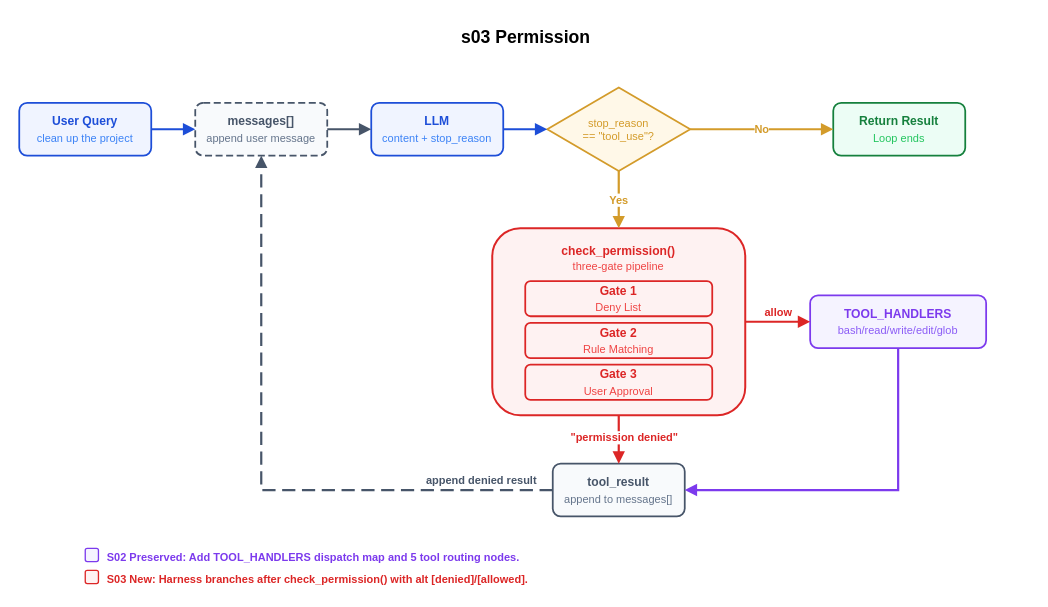
Above: personal/10-Projects/learn-claude-code/diagrams/s03_Permission.drawio in wanghaven/note (draw.io), before the change. Source tidied: cells renumbered, new cells numbered last; positions are measured from the earlier drawing's top-left corner, leaving out a move shared by most shapes. Both pictures are drawn from the tidied source at 110%, with x=0, y=0 at pixel (19, 19).
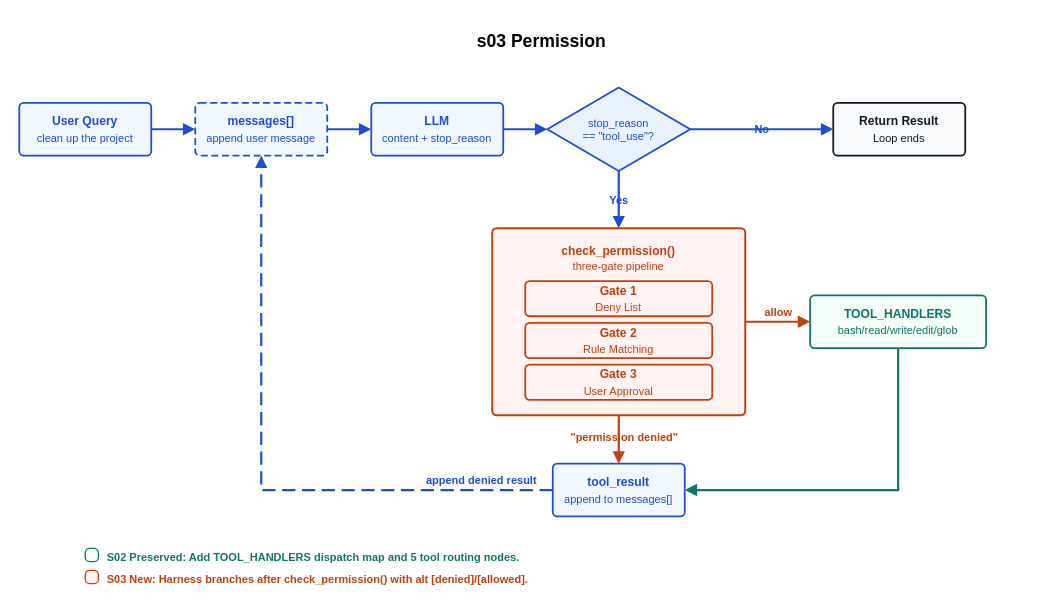
The same page after the edit.

The edit, as a diff of the source:
```diff
@@
-    <mxCell id="2" value="&lt;font style=&quot;color: #1d4ed8; font-size: 11px; font-weight: bold; font-family: Helvetica;&quot;&gt;User Query&lt;/font&gt;&lt;br&gt;&lt;font style=&quot;color: #3b82f6; font-size: 10px; font-weight: normal; font-family: Helvetica;&quot;&gt;clean up the project&lt;/font&gt;" style="rounded=1;whiteSpace=wrap;html=1;align=center;verticalAlign=middle;fillColor=#f0f4ff;strokeColor=#1d4ed8;strokeWidth=1.6;fontColor=#1e3a5f;fontSize=12;fontStyle=1;fontFamily=Helvetica;" parent="1" vertex="1">
+    <mxCell id="2" value="&lt;font style=&quot;ed8; font-size: 11px; font-weight: bold; font-family: Helvetica;&quot;&gt;User Query&lt;/font&gt;&lt;br&gt;&lt;font style=&quot;2f6; font-size: 10px; font-weight: normal; font-family: Helvetica;&quot;&gt;clean up the project&lt;/font&gt;" style="rounded=1;whiteSpace=wrap;html=1;align=center;verticalAlign=middle;fillColor=#f1f7ff;strokeColor=#1d4ed8;strokeWidth=1.6;fontColor=#1d4ed8;fontSize=12;fontStyle=1;fontFamily=Helvetica;absoluteArcSize=1;arcSize=8;labelBackgroundColor=none;" parent="1" vertex="1">
       <mxGeometry y="76" width="120" height="48" as="geometry" />
     </mxCell>
-    <mxCell id="3" value="&lt;font style=&quot;color: #475569; font-size: 11px; font-weight: bold; font-family: Helvetica;&quot;&gt;messages[]&lt;/font&gt;&lt;br&gt;&lt;font style=&quot;color: #64748b; font-size: 10px; font-weight: normal; font-family: Helvetica;&quot;&gt;append user message&lt;/font&gt;" style="rounded=1;whiteSpace=wrap;html=1;align=center;verticalAlign=middle;fillColor=#f8fafc;strokeColor=#475569;strokeWidth=1.6;fontColor=#0f172a;fontSize=12;fontStyle=0;dashed=1;dashPattern=4 2;fontFamily=Helvetica;" parent="1" vertex="1">
+    <mxCell id="3" value="&lt;font style=&quot;font-size: 11px; font-weight: bold; font-family: Helvetica;&quot;&gt;messages[]&lt;/font&gt;&lt;br&gt;&lt;font style=&quot;48b; font-size: 10px; font-weight: normal; font-family: Helvetica;&quot;&gt;append user message&lt;/font&gt;" style="rounded=1;whiteSpace=wrap;html=1;align=center;verticalAlign=middle;fillColor=#f1f7ff;strokeColor=#1d4ed8;strokeWidth=1.6;fontColor=#1d4ed8;fontSize=12;fontStyle=0;dashed=1;dashPattern=4 2;fontFamily=Helvetica;absoluteArcSize=1;arcSize=8;labelBackgroundColor=none;" parent="1" vertex="1">
       <mxGeometry x="160" y="76" width="120" height="48" as="geometry" />
     </mxCell>
-    <mxCell id="4" value="&lt;font style=&quot;color: #1d4ed8; font-size: 11px; font-weight: bold; font-family: Helvetica;&quot;&gt;LLM&lt;/font&gt;&lt;br&gt;&lt;span style=&quot;color: rgb(59, 130, 246); font-size: 10px; font-weight: 400;&quot;&gt;content + stop_reason&lt;/span&gt;" style="rounded=1;whiteSpace=wrap;html=1;align=center;verticalAlign=middle;fillColor=#f0f4ff;strokeColor=#1d4ed8;strokeWidth=1.6;fontColor=#1e3a5f;fontSize=12;fontStyle=1;fontFamily=Helvetica;" parent="1" vertex="1">
+    <mxCell id="4" value="&lt;font style=&quot;ed8; font-size: 11px; font-weight: bold; font-family: Helvetica;&quot;&gt;LLM&lt;/font&gt;&lt;br&gt;&lt;span style=&quot; font-size: 10px; font-weight: 400;&quot;&gt;content + stop_reason&lt;/span&gt;" style="rounded=1;whiteSpace=wrap;html=1;align=center;verticalAlign=middle;fillColor=#f1f7ff;strokeColor=#1d4ed8;strokeWidth=1.6;fontColor=#1d4ed8;fontSize=12;fontStyle=1;fontFamily=Helvetica;absoluteArcSize=1;arcSize=8;labelBackgroundColor=none;" parent="1" vertex="1">
       <mxGeometry x="320" y="76" width="120" height="48" as="geometry" />
     </mxCell>
-    <mxCell id="5" value="&lt;font style=&quot;color: #d39b2a; font-size: 10px; font-weight: normal; font-family: Helvetica;&quot;&gt;stop_reason&lt;/font&gt;&lt;br&gt;&lt;font style=&quot;color: #d39b2a; font-size: 10px; font-weight: normal; font-family: Helvetica;&quot;&gt;== &quot;tool_use&quot;?&lt;/font&gt;" style="rounded=0;whiteSpace=wrap;html=1;align=center;verticalAlign=middle;fillColor=#fff8e8;strokeColor=#d39b2a;strokeWidth=1.6;fontColor=#d39b2a;fontSize=10;fontStyle=0;shape=rhombus;perimeter=rhombusPerimeter;spacing=4;fontFamily=Helvetica;" parent="1" vertex="1">
+    <mxCell id="5" value="&lt;font style=&quot;b2a; font-size: 10px; font-weight: normal; font-family: Helvetica;&quot;&gt;stop_reason&lt;/font&gt;&lt;br&gt;&lt;font style=&quot;b2a; font-size: 10px; font-weight: normal; font-family: Helvetica;&quot;&gt;== &quot;tool_use&quot;?&lt;/font&gt;" style="html=1;whiteSpace=wrap;align=center;verticalAlign=middle;rounded=0;shape=rhombus;perimeter=rhombusPerimeter;spacing=4;fillColor=#e9f2ff;strokeColor=#1d4ed8;strokeWidth=1.6;fontColor=#1d4ed8;fontSize=10;fontStyle=0;fontFamily=Helvetica;labelBackgroundColor=none;" parent="1" vertex="1">
       <mxGeometry x="480" y="62" width="130" height="76" as="geometry" />
     </mxCell>
-    <mxCell id="6" value="&lt;font style=&quot;color: #15803d; font-size: 11px; font-weight: bold; font-family: Helvetica;&quot;&gt;Return Result&lt;/font&gt;&lt;br&gt;&lt;font style=&quot;color: #22c55e; font-size: 10px; font-weight: normal; font-family: Helvetica;&quot;&gt;Loop ends&lt;/font&gt;" style="rounded=1;whiteSpace=wrap;html=1;align=center;verticalAlign=middle;fillColor=#ecfdf5;strokeColor=#15803d;strokeWidth=1.6;fontColor=#166534;fontSize=12;fontStyle=1;fontFamily=Helvetica;" parent="1" vertex="1">
+    <mxCell id="6" value="&lt;font style=&quot;03d; font-size: 11px; font-weight: bold; font-family: Helvetica;&quot;&gt;Return Result&lt;/font&gt;&lt;br&gt;&lt;font style=&quot;55e; font-size: 10px; font-weight: normal; font-family: Helvetica;&quot;&gt;Loop ends&lt;/font&gt;" style="html=1;whiteSpace=wrap;align=center;verticalAlign=middle;rounded=1;fillColor=#f8fafc;strokeColor=#111827;strokeWidth=1.6;fontColor=#111827;fontSize=12;fontStyle=1;fontFamily=Helvetica;absoluteArcSize=1;arcSize=8;labelBackgroundColor=none;" parent="1" vertex="1">
       <mxGeometry x="740" y="76" width="120" height="48" as="geometry" />
     </mxCell>
-    <mxCell id="7" value="&lt;font style=&quot;color: #dc2626; font-size: 11px; font-weight: bold; font-family: Helvetica;&quot;&gt;check_permission()&lt;/font&gt;&lt;br&gt;&lt;font style=&quot;color: #ef4444; font-size: 10px; font-weight: normal; font-family: Helvetica;&quot;&gt;three-gate pipeline&lt;/font&gt;" style="rounded=1;whiteSpace=wrap;html=1;align=center;verticalAlign=top;spacingTop=8;fillColor=#fef2f2;strokeColor=#dc2626;strokeWidth=1.8;fontColor=#dc2626;fontSize=11;fontStyle=1;fontFamily=Helvetica;" parent="1" vertex="1">
+    <mxCell id="7" value="&lt;font style=&quot;626; font-size: 11px; font-weight: bold; font-family: Helvetica;&quot;&gt;check_permission()&lt;/font&gt;&lt;br&gt;&lt;font style=&quot;444; font-size: 10px; font-weight: normal; font-family: Helvetica;&quot;&gt;three-gate pipeline&lt;/font&gt;" style="rounded=1;whiteSpace=wrap;html=1;align=center;verticalAlign=top;spacingTop=8;fillColor=#fef2f2;strokeColor=#c2410c;strokeWidth=1.8;fontColor=#c2410c;fontSize=11;fontStyle=1;fontFamily=Helvetica;absoluteArcSize=1;arcSize=8;labelBackgroundColor=none;" parent="1" vertex="1">
       <mxGeometry x="430" y="190" width="230" height="170" as="geometry" />
     </mxCell>
-    <mxCell id="8" value="&lt;font style=&quot;color: #dc2626; font-size: 11px; font-weight: bold; font-family: Helvetica;&quot;&gt;Gate 1&lt;/font&gt;&lt;br&gt;&lt;font style=&quot;color: #ef4444; font-size: 10px; font-weight: normal; font-family: Helvetica;&quot;&gt;Deny List&lt;/font&gt;" style="rounded=1;whiteSpace=wrap;html=1;align=center;verticalAlign=middle;fillColor=#fef2f2;strokeColor=#dc2626;strokeWidth=1.6;fontColor=#991b1b;fontSize=12;fontStyle=1;fontFamily=Helvetica;" parent="1" vertex="1">
+    <mxCell id="8" value="&lt;font style=&quot;626; font-size: 11px; font-weight: bold; font-family: Helvetica;&quot;&gt;Gate 1&lt;/font&gt;&lt;br&gt;&lt;font style=&quot;444; font-size: 10px; font-weight: normal; font-family: Helvetica;&quot;&gt;Deny List&lt;/font&gt;" style="rounded=1;whiteSpace=wrap;html=1;align=center;verticalAlign=middle;fillColor=#fef2f2;strokeColor=#c2410c;strokeWidth=1.6;fontColor=#c2410c;fontSize=12;fontStyle=1;fontFamily=Helvetica;absoluteArcSize=1;arcSize=8;labelBackgroundColor=none;" parent="1" vertex="1">
       <mxGeometry x="460" y="238" width="170" height="32" as="geometry" />
     </mxCell>
-    <mxCell id="9" value="&lt;font style=&quot;color: #dc2626; font-size: 11px; font-weight: bold; font-family: Helvetica;&quot;&gt;Gate 2&lt;/font&gt;&lt;br&gt;&lt;font style=&quot;color: #ef4444; font-size: 10px; font-weight: normal; font-family: Helvetica;&quot;&gt;Rule Matching&lt;/font&gt;" style="rounded=1;whiteSpace=wrap;html=1;align=center;verticalAlign=middle;fillColor=#fef2f2;strokeColor=#dc2626;strokeWidth=1.6;fontColor=#991b1b;fontSize=12;fontStyle=1;fontFamily=Helvetica;" parent="1" vertex="1">
+    <mxCell id="9" value="&lt;font style=&quot;626; font-size: 11px; font-weight: bold; font-family: Helvetica;&quot;&gt;Gate 2&lt;/font&gt;&lt;br&gt;&lt;font style=&quot;444; font-size: 10px; font-weight: normal; font-family: Helvetica;&quot;&gt;Rule Matching&lt;/font&gt;" style="rounded=1;whiteSpace=wrap;html=1;align=center;verticalAlign=middle;fillColor=#fef2f2;strokeColor=#c2410c;strokeWidth=1.6;fontColor=#c2410c;fontSize=12;fontStyle=1;fontFamily=Helvetica;absoluteArcSize=1;arcSize=8;labelBackgroundColor=none;" parent="1" vertex="1">
       <mxGeometry x="460" y="276" width="170" height="32" as="geometry" />
     </mxCell>
-    <mxCell id="10" value="&lt;font style=&quot;color: #dc2626; font-size: 11px; font-weight: bold; font-family: Helvetica;&quot;&gt;Gate 3&lt;/font&gt;&lt;br&gt;&lt;font style=&quot;color: #ef4444; font-size: 10px; font-weight: normal; font-family: Helvetica;&quot;&gt;User Approval&lt;/font&gt;" style="rounded=1;whiteSpace=wrap;html=1;align=center;verticalAlign=middle;fillColor=#fef2f2;strokeColor=#dc2626;strokeWidth=1.6;fontColor=#991b1b;fontSize=12;fontStyle=1;fontFamily=Helvetica;" parent="1" vertex="1">
+    <mxCell id="10" value="&lt;font style=&quot;626; font-size: 11px; font-weight: bold; font-family: Helvetica;&quot;&gt;Gate 3&lt;/font&gt;&lt;br&gt;&lt;font style=&quot;444; font-size: 10px; font-weight: normal; font-family: Helvetica;&quot;&gt;User Approval&lt;/font&gt;" style="rounded=1;whiteSpace=wrap;html=1;align=center;verticalAlign=middle;fillColor=#fef2f2;strokeColor=#c2410c;strokeWidth=1.6;fontColor=#c2410c;fontSize=12;fontStyle=1;fontFamily=Helvetica;absoluteArcSize=1;arcSize=8;labelBackgroundColor=none;" parent="1" vertex="1">
       <mxGeometry x="460" y="314" width="170" height="32" as="geometry" />
     </mxCell>
-    <mxCell id="11" value="&lt;font style=&quot;color: #7c3aed; font-size: 11px; font-weight: bold; font-family: Helvetica;&quot;&gt;TOOL_HANDLERS&lt;/font&gt;&lt;br&gt;&lt;font style=&quot;color: #8b5cf6; font-size: 10px; font-weight: normal; font-family: Helvetica;&quot;&gt;bash/read/write/edit/glob&lt;/font&gt;" style="rounded=1;whiteSpace=wrap;html=1;align=center;verticalAlign=middle;fillColor=#f5f3ff;strokeColor=#7c3aed;strokeWidth=1.6;fontColor=#7c3aed;fontSize=12;fontStyle=1;fontFamily=Helvetica;" parent="1" vertex="1">
+    <mxCell id="11" value="&lt;font style=&quot;aed; font-size: 11px; font-weight: bold; font-family: Helvetica;&quot;&gt;TOOL_HANDLERS&lt;/font&gt;&lt;br&gt;&lt;font style=&quot;cf6; font-size: 10px; font-weight: normal; font-family: Helvetica;&quot;&gt;bash/read/write/edit/glob&lt;/font&gt;" style="rounded=1;whiteSpace=wrap;html=1;align=center;verticalAlign=middle;fillColor=#f3fcf7;strokeColor=#0f766e;strokeWidth=1.6;fontColor=#0f766e;fontSize=12;fontStyle=1;fontFamily=Helvetica;absoluteArcSize=1;arcSize=8;labelBackgroundColor=none;" parent="1" vertex="1">
       <mxGeometry x="719" y="251" width="160" height="48" as="geometry" />
     </mxCell>
-    <mxCell id="12" value="&lt;font style=&quot;color: #475569; font-size: 11px; font-weight: bold; font-family: Helvetica;&quot;&gt;tool_result&lt;/font&gt;&lt;div&gt;&lt;font style=&quot;color: #475569; font-size: 11px; font-weight: bold; font-family: Helvetica;&quot;&gt;&lt;span style=&quot;color: rgb(100, 116, 139); font-size: 10px; font-weight: 400;&quot;&gt;append to messages[]&lt;/span&gt;&lt;/font&gt;&lt;/div&gt;" style="rounded=1;whiteSpace=wrap;html=1;align=center;verticalAlign=middle;fillColor=#f8fafc;strokeColor=#475569;strokeWidth=1.6;fontColor=#0f172a;fontSize=12;fontStyle=0;fontFamily=Helvetica;" parent="1" vertex="1">
+    <mxCell id="12" value="&lt;font style=&quot;font-size: 11px; font-weight: bold; font-family: Helvetica;&quot;&gt;tool_result&lt;/font&gt;&lt;div&gt;&lt;font style=&quot;font-size: 11px; font-weight: bold; font-family: Helvetica;&quot;&gt;&lt;span style=&quot; font-size: 10px; font-weight: 400;&quot;&gt;append to messages[]&lt;/span&gt;&lt;/font&gt;&lt;/div&gt;" style="rounded=1;whiteSpace=wrap;html=1;align=center;verticalAlign=middle;fillColor=#f1f7ff;strokeColor=#1d4ed8;strokeWidth=1.6;fontColor=#1d4ed8;fontSize=12;fontStyle=0;fontFamily=Helvetica;absoluteArcSize=1;arcSize=8;labelBackgroundColor=none;" parent="1" vertex="1">
       <mxGeometry x="485" y="404" width="120" height="48" as="geometry" />
     </mxCell>
-    <mxCell id="13" style="rounded=1;whiteSpace=wrap;html=1;fillColor=#f5f3ff;strokeColor=#7c3aed;strokeWidth=1.2;" parent="1" vertex="1">
+    <mxCell id="13" style="rounded=1;whiteSpace=wrap;html=1;fillColor=#f3fcf7;strokeColor=#0f766e;strokeWidth=1.2;fontColor=#0f766e;absoluteArcSize=1;arcSize=8;labelBackgroundColor=none;" parent="1" vertex="1">
       <mxGeometry x="60" y="481" width="12" height="12" as="geometry" />
     </mxCell>
-    <mxCell id="14" value="S02 Preserved: Add TOOL_HANDLERS dispatch map and 5 tool routing nodes." style="text;html=1;strokeColor=none;fillColor=none;align=left;verticalAlign=middle;whiteSpace=wrap;rounded=0;fontColor=#7c3aed;fontSize=10;fontStyle=1;" parent="1" vertex="1">
+    <mxCell id="14" value="S02 Preserved: Add TOOL_HANDLERS dispatch map and 5 tool routing nodes." style="text=1;html=1;whiteSpace=wrap;align=left;verticalAlign=middle;rounded=0;fillColor=none;strokeColor=none;fontColor=#0f766e;fontSize=10;fontStyle=1;labelBackgroundColor=none;" parent="1" vertex="1">
       <mxGeometry x="78" y="480" width="402" height="18" as="geometry" />
     </mxCell>
-    <mxCell id="15" style="rounded=1;whiteSpace=wrap;html=1;fillColor=#fef2f2;strokeColor=#dc2626;strokeWidth=1.2;" parent="1" vertex="1">
+    <mxCell id="15" style="rounded=1;whiteSpace=wrap;html=1;fillColor=#fef2f2;strokeColor=#c2410c;strokeWidth=1.2;fontColor=#c2410c;absoluteArcSize=1;arcSize=8;labelBackgroundColor=none;" parent="1" vertex="1">
       <mxGeometry x="60" y="501" width="12" height="12" as="geometry" />
     </mxCell>
-    <mxCell id="16" value="S03 New: Harness branches after check_permission() with alt [denied]/[allowed]." style="text;html=1;strokeColor=none;fillColor=none;align=left;verticalAlign=middle;whiteSpace=wrap;rounded=0;fontColor=#dc2626;fontSize=10;fontStyle=1;" parent="1" vertex="1">
+    <mxCell id="16" value="S03 New: Harness branches after check_permission() with alt [denied]/[allowed]." style="text=1;html=1;whiteSpace=wrap;align=left;verticalAlign=middle;rounded=0;fillColor=none;strokeColor=none;fontColor=#c2410c;fontSize=10;fontStyle=1;labelBackgroundColor=none;" parent="1" vertex="1">
       <mxGeometry x="78" y="500" width="840" height="18" as="geometry" />
     </mxCell>
-    <mxCell id="17" style="edgeStyle=orthogonalEdgeStyle;rounded=0;jettySize=auto;html=1;strokeColor=#1d4ed8;strokeWidth=2;endArrow=block;endFill=1;fontSize=10;fontColor=#1d4ed8;fontStyle=1;fontFamily=Helvetica;" parent="1" edge="1" source="2" target="3">
+    <mxCell id="17" style="edgeStyle=orthogonalEdgeStyle;rounded=0;jettySize=auto;html=1;strokeColor=#1d4ed8;strokeWidth=2;endArrow=block;endFill=1;fontSize=10;fontColor=#1d4ed8;fontStyle=1;fontFamily=Helvetica;labelBackgroundColor=none;" parent="1" edge="1" source="2" target="3">
       <mxGeometry relative="1" as="geometry" />
     </mxCell>
-    <mxCell id="18" style="edgeStyle=orthogonalEdgeStyle;rounded=0;jettySize=auto;html=1;strokeColor=#475569;strokeWidth=2;endArrow=block;endFill=1;fontSize=10;fontColor=#475569;fontStyle=1;fontFamily=Helvetica;" parent="1" edge="1" source="3" target="4">
+    <mxCell id="18" style="edgeStyle=orthogonalEdgeStyle;rounded=0;jettySize=auto;html=1;strokeColor=#1d4ed8;strokeWidth=2;endArrow=block;endFill=1;fontSize=10;fontColor=#1d4ed8;fontStyle=1;fontFamily=Helvetica;labelBackgroundColor=none;" parent="1" edge="1" source="3" target="4">
       <mxGeometry relative="1" as="geometry" />
     </mxCell>
-    <mxCell id="19" style="edgeStyle=orthogonalEdgeStyle;rounded=0;jettySize=auto;html=1;strokeColor=#1d4ed8;strokeWidth=2;endArrow=block;endFill=1;fontSize=10;fontColor=#1d4ed8;fontStyle=1;fontFamily=Helvetica;" parent="1" edge="1" source="4" target="5">
+    <mxCell id="19" style="html=1;rounded=0;strokeColor=#1d4ed8;strokeWidth=2;edgeStyle=orthogonalEdgeStyle;jettySize=auto;endArrow=block;endFill=1;fontColor=#1d4ed8;fontSize=10;fontStyle=1;fontFamily=Helvetica;labelBackgroundColor=none;" parent="1" edge="1" source="4" target="5">
       <mxGeometry relative="1" as="geometry" />
     </mxCell>
-    <mxCell id="20" value="No" style="edgeStyle=orthogonalEdgeStyle;rounded=0;jettySize=auto;html=1;strokeColor=#d39b2a;strokeWidth=2;endArrow=block;endFill=1;fontSize=10;fontColor=#d39b2a;fontStyle=1;fontFamily=Helvetica;" parent="1" edge="1" source="5" target="6">
+    <mxCell id="20" value="No" style="html=1;rounded=0;strokeColor=#1d4ed8;strokeWidth=2;edgeStyle=orthogonalEdgeStyle;jettySize=auto;endArrow=block;endFill=1;fontColor=#1d4ed8;fontSize=10;fontStyle=1;fontFamily=Helvetica;labelBackgroundColor=none;" parent="1" edge="1" source="5" target="6">
       <mxGeometry relative="1" as="geometry" />
     </mxCell>
-    <mxCell id="21" value="Yes" style="edgeStyle=orthogonalEdgeStyle;rounded=0;jettySize=auto;html=1;strokeColor=#d39b2a;strokeWidth=2;endArrow=block;endFill=1;fontSize=10;fontColor=#d39b2a;fontStyle=1;fontFamily=Helvetica;" parent="1" edge="1" source="5" target="7">
+    <mxCell id="21" value="Yes" style="html=1;rounded=0;strokeColor=#1d4ed8;strokeWidth=2;edgeStyle=orthogonalEdgeStyle;jettySize=auto;endArrow=block;endFill=1;fontColor=#1d4ed8;fontSize=10;fontStyle=1;fontFamily=Helvetica;labelBackgroundColor=none;" parent="1" edge="1" source="5" target="7">
       <mxGeometry relative="1" as="geometry">
         <Array as="points">
           <mxPoint x="545" y="180" />
         </Array>
       </mxGeometry>
     </mxCell>
-    <mxCell id="22" value="&quot;permission denied&quot;" style="edgeStyle=orthogonalEdgeStyle;rounded=0;jettySize=auto;html=1;strokeColor=#dc2626;strokeWidth=2;endArrow=block;endFill=1;fontSize=10;fontColor=#dc2626;fontStyle=1;fontFamily=Helvetica;" parent="1" edge="1" source="7" target="12">
+    <mxCell id="22" value="&quot;permission denied&quot;" style="edgeStyle=orthogonalEdgeStyle;rounded=0;jettySize=auto;html=1;strokeColor=#c2410c;strokeWidth=2;endArrow=block;endFill=1;fontSize=10;fontColor=#c2410c;fontStyle=1;fontFamily=Helvetica;labelBackgroundColor=none;" parent="1" edge="1" source="7" target="12">
       <mxGeometry x="-0.09" y="5" relative="1" as="geometry" />
     </mxCell>
-    <mxCell id="23" value="allow" style="edgeStyle=orthogonalEdgeStyle;rounded=0;jettySize=auto;html=1;strokeColor=#dc2626;strokeWidth=2;endArrow=block;endFill=1;fontSize=10;fontColor=#dc2626;fontStyle=1;fontFamily=Helvetica;verticalAlign=bottom;" parent="1" edge="1" source="7" target="11">
+    <mxCell id="23" value="allow" style="edgeStyle=orthogonalEdgeStyle;rounded=0;jettySize=auto;html=1;strokeColor=#c2410c;strokeWidth=2;endArrow=block;endFill=1;fontSize=10;fontColor=#c2410c;fontStyle=1;fontFamily=Helvetica;verticalAlign=bottom;labelBackgroundColor=none;" parent="1" edge="1" source="7" target="11">
       <mxGeometry x="0.02" relative="1" as="geometry" />
     </mxCell>
-    <mxCell id="24" style="edgeStyle=orthogonalEdgeStyle;rounded=0;jettySize=auto;html=1;strokeColor=#7c3aed;strokeWidth=2;endArrow=block;endFill=1;fontSize=10;fontColor=#7c3aed;fontStyle=1;fontFamily=Helvetica;entryX=1;entryY=0.5;entryDx=0;entryDy=0;exitX=0.5;exitY=1;exitDx=0;exitDy=0;" parent="1" edge="1" source="11" target="12">
+    <mxCell id="24" style="edgeStyle=orthogonalEdgeStyle;rounded=0;jettySize=auto;html=1;strokeColor=#0f766e;strokeWidth=2;endArrow=block;endFill=1;fontSize=10;fontColor=#0f766e;fontStyle=1;fontFamily=Helvetica;entryX=1;entryY=0.5;entryDx=0;entryDy=0;exitX=0.5;exitY=1;exitDx=0;exitDy=0;labelBackgroundColor=none;" parent="1" edge="1" source="11" target="12">
       <mxGeometry x="-0.01" relative="1" as="geometry" />
     </mxCell>
-    <mxCell id="25" value="append denied result" style="edgeStyle=orthogonalEdgeStyle;rounded=0;jettySize=auto;html=1;strokeColor=#475569;strokeWidth=2;endArrow=block;endFill=1;fontSize=10;fontColor=#475569;fontStyle=1;dashed=1;dashPattern=6 3;fontFamily=Helvetica;" parent="1" edge="1" source="12" target="3">
+    <mxCell id="25" value="append denied result" style="edgeStyle=orthogonalEdgeStyle;rounded=0;jettySize=auto;html=1;strokeColor=#1d4ed8;strokeWidth=2;endArrow=block;endFill=1;fontSize=10;fontColor=#1d4ed8;fontStyle=1;dashed=1;dashPattern=6 3;fontFamily=Helvetica;labelBackgroundColor=none;" parent="1" edge="1" source="12" target="3">
       <mxGeometry x="-0.77" y="-9" relative="1" as="geometry" />
     </mxCell>
-    <mxCell id="26" value="&lt;span style=&quot;font-family: Helvetica; font-size: 16px; font-style: normal; font-variant-ligatures: normal; font-variant-caps: normal; font-weight: 700; letter-spacing: normal; orphans: 2; text-align: center; text-indent: 0px; text-transform: none; widows: 2; word-spacing: 0px; -webkit-text-stroke-width: 0px; white-space: normal; text-decoration-thickness: initial; text-decoration-style: initial; text-decoration-color: initial; float: none; display: inline !important;&quot;&gt;s03 Permission&lt;/span&gt;" style="text;whiteSpace=wrap;html=1;fontColor=default;" parent="1" vertex="1">
+    <mxCell id="26" value="&lt;span style=&quot;font-family: Helvetica; font-size: 16px; font-style: normal; font-variant-ligatures: normal; font-variant-caps: normal; font-weight: 700; letter-spacing: normal; orphans: 2; text-align: center; text-indent: 0px; text-transform: none; widows: 2; word-spacing: 0px; -webkit-text-stroke-width: 0px; white-space: normal; text-decoration-thickness: initial; text-decoration-style: initial; text-decoration-color: initial; float: none; display: inline !important;&quot;&gt;s03 Permission&lt;/span&gt;" style="text=1;html=1;whiteSpace=wrap;align=center;verticalAlign=middle;rounded=0;fillColor=none;strokeColor=none;fontColor=default;fontStyle=1;labelBackgroundColor=none;" parent="1" vertex="1">
       <mxGeometry x="400" width="150" height="40" as="geometry" />
     </mxCell>
```
